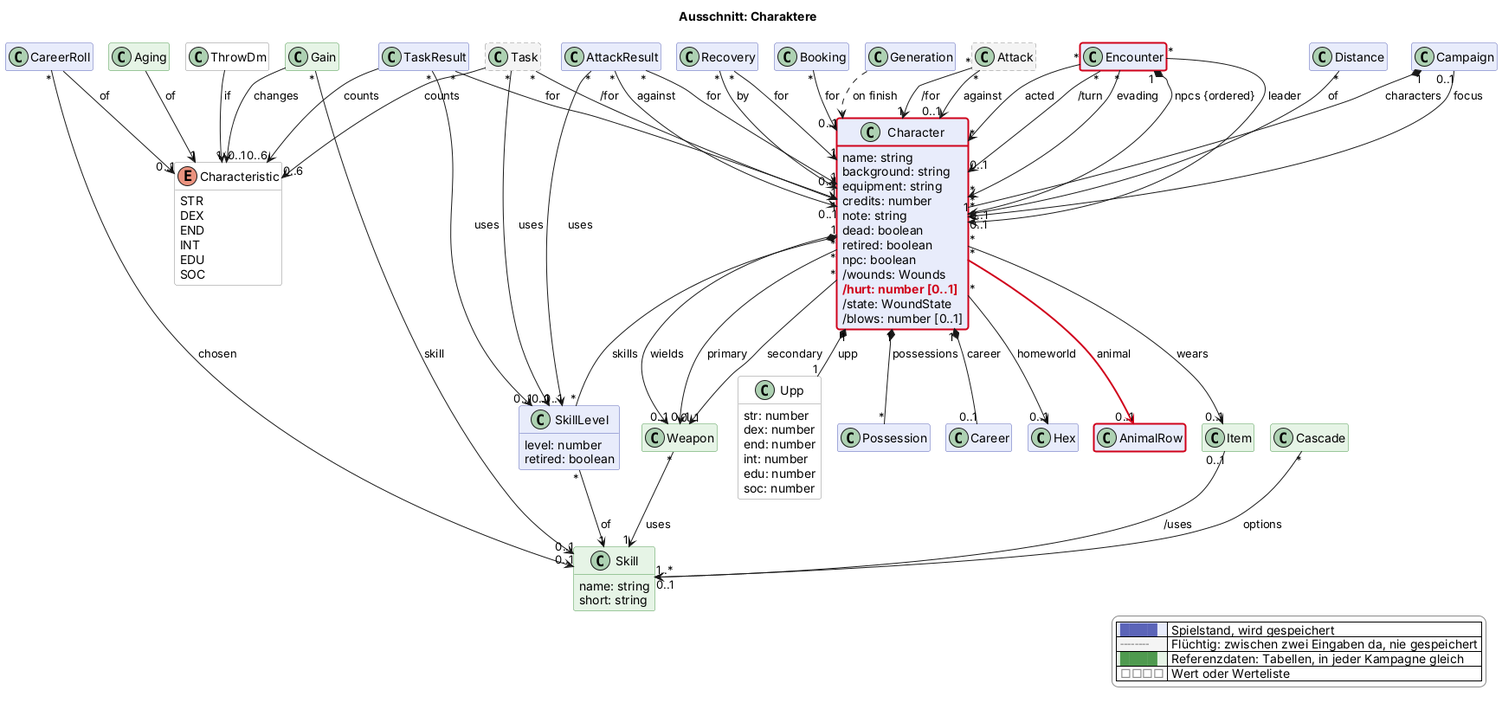
Above: docs/views/charakter.png in scuzzar/SRE (PlantUML), before the change.
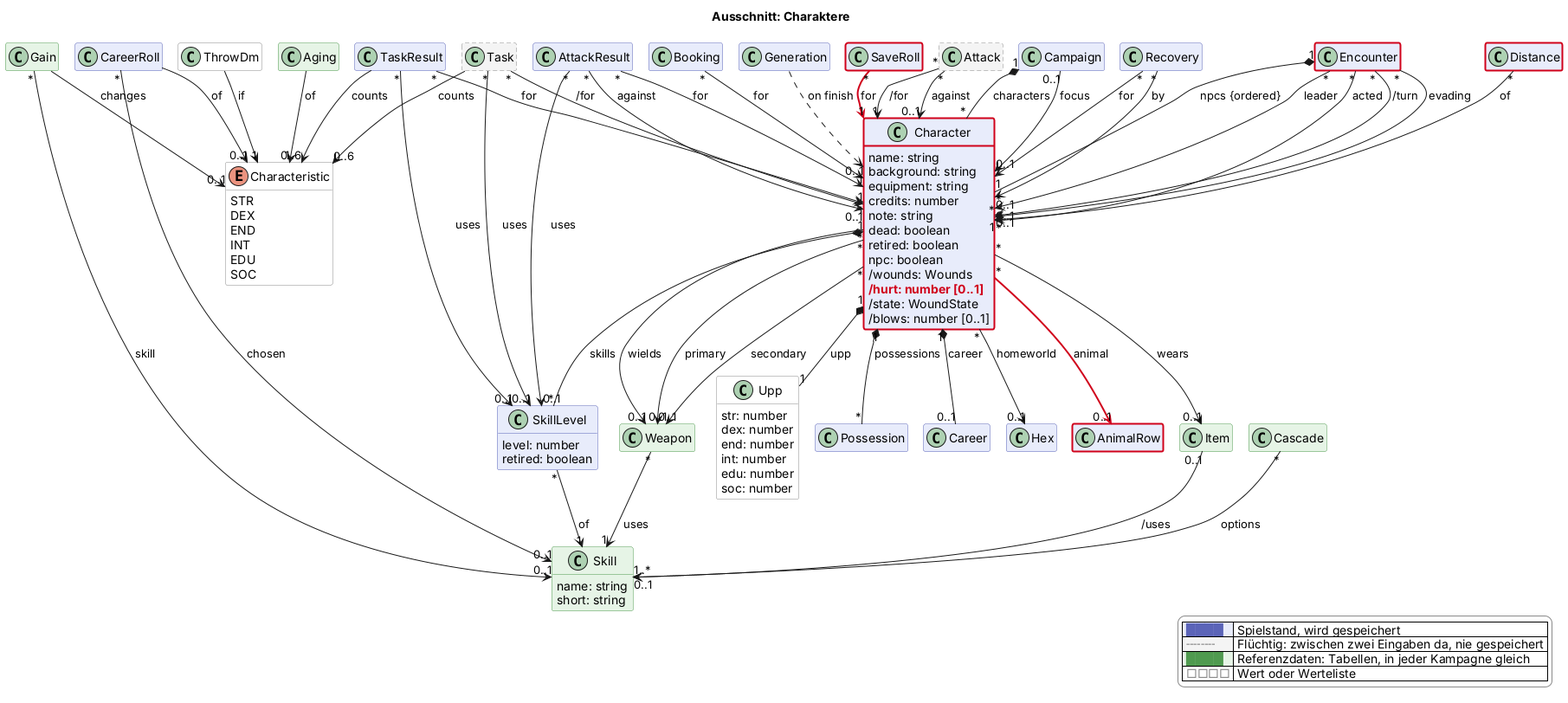
After the change.

Diff of the diagram source:
```diff
@@ -102,6 +102,7 @@
 
   class Hex $sektor
 
+  class SaveRoll $begegnung $newClass("2026-11-12c")
 
   class Task <<transient>> $probe
   class TaskResult $probe
@@ -175,6 +176,7 @@
 AttackResult "*" --> "0..1" Character : against
 AttackResult "*" --> "0..1" SkillLevel : uses
 
+SaveRoll "*" -$newArrow("2026-11-12c")-> "1" Character : for
 Character "*" -$newArrow("2026-11-12c")-> "0..1" AnimalRow : animal
 Encounter "1" *-- "*" Character : npcs {ordered}
 Encounter "*" --> "0..1" Character : leader
@@ -194,4 +196,5 @@
 endlegend
 class Character #line:d0021b;line.bold
 class Encounter #line:d0021b;line.bold
+class Distance #line:d0021b;line.bold
 @enduml
```
